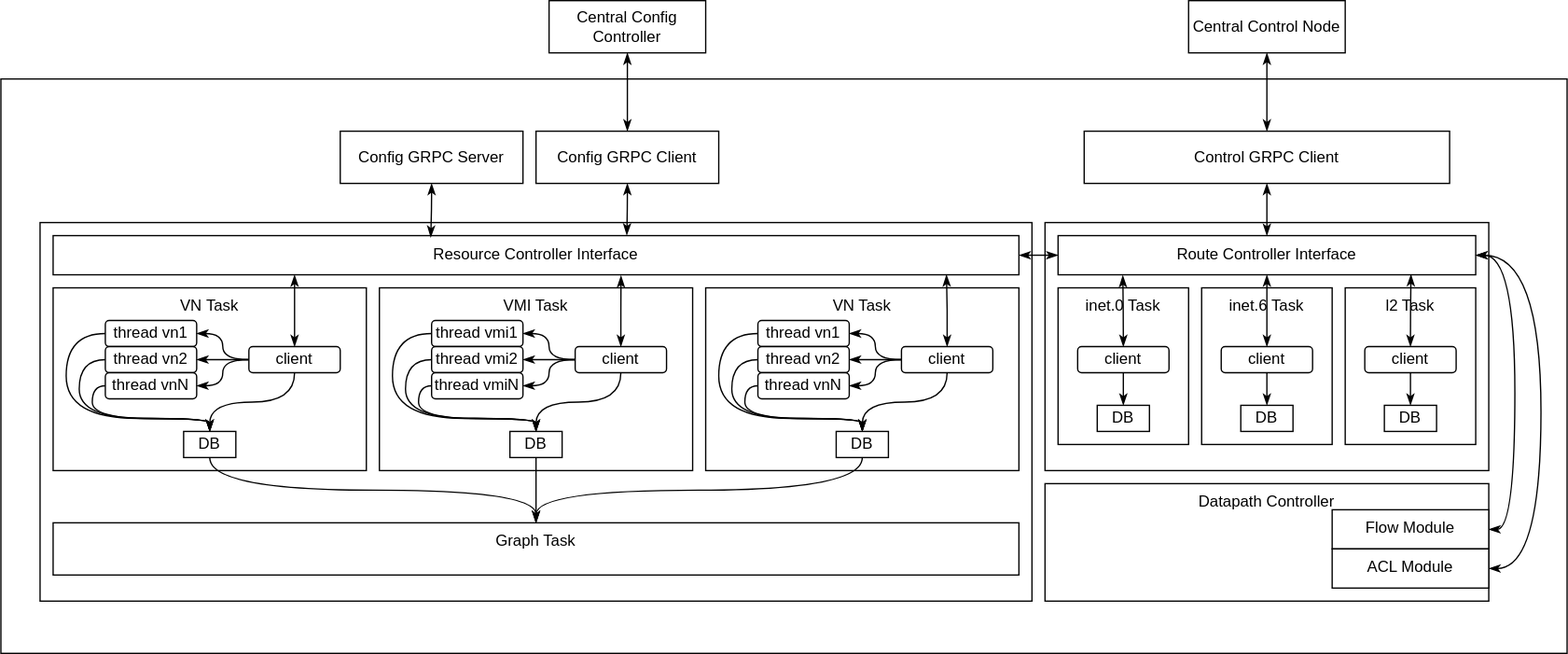
The draw.io diagram Untitled Diagram.drawio.svg in michaelhenkel/agent-ng, before a commit. Source tidied: cells renumbered, new cells last; positions are measured from the earlier drawing's top-left corner, leaving out a move shared by most shapes.
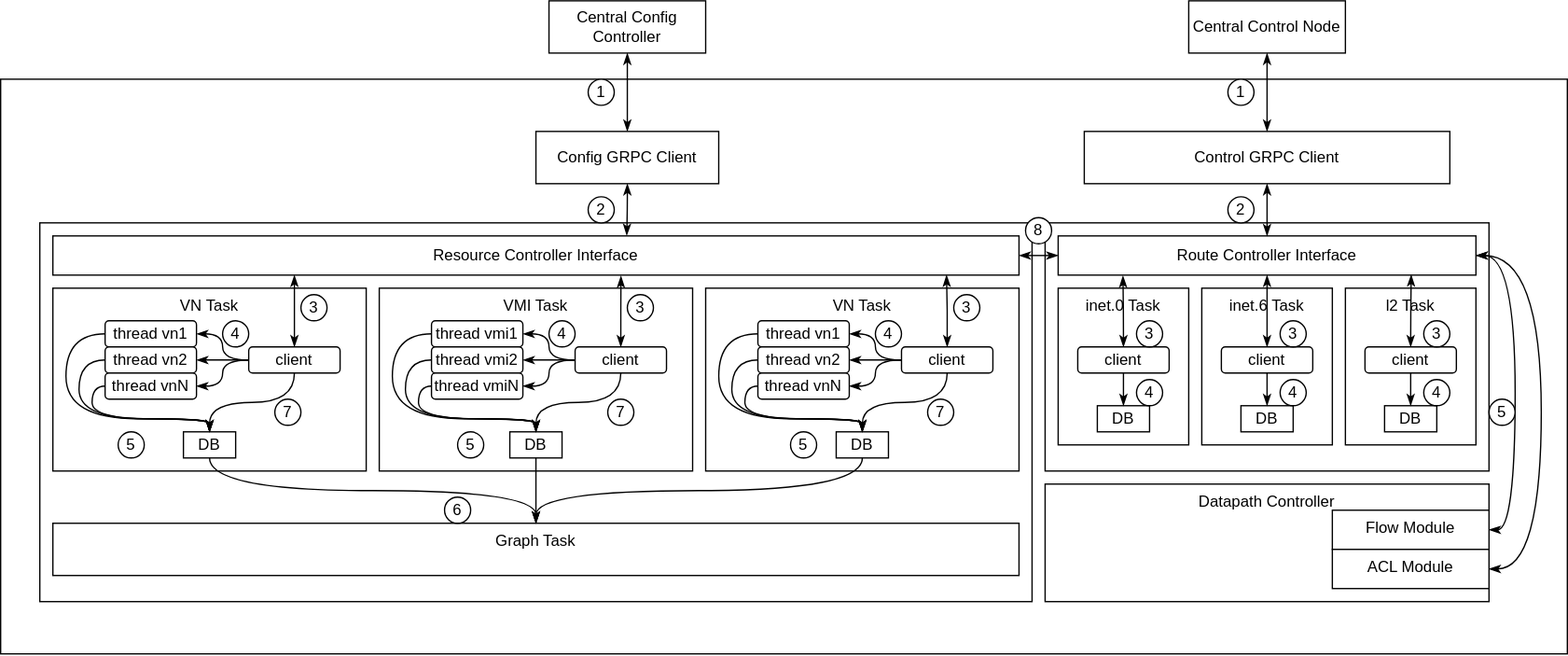
The same diagram one commit later.

Change to the diagram source:
```diff
@@ -278,12 +278,6 @@
     <mxCell id="75" value="Control GRPC Client" style="rounded=0;whiteSpace=wrap;html=1;" parent="1" vertex="1">
       <mxGeometry x="830" y="100" width="280" height="40" as="geometry" />
     </mxCell>
-    <mxCell id="76" style="edgeStyle=orthogonalEdgeStyle;curved=1;rounded=0;jettySize=auto;html=1;entryX=0.391;entryY=0.044;entryDx=0;entryDy=0;entryPerimeter=0;startArrow=classicThin;startFill=1;endArrow=classicThin;endFill=1;" parent="1" edge="1" source="77" target="70">
-      <mxGeometry relative="1" as="geometry" />
-    </mxCell>
-    <mxCell id="77" value="Config GRPC Server" style="rounded=0;whiteSpace=wrap;html=1;" parent="1" vertex="1">
-      <mxGeometry x="260" y="100" width="140" height="40" as="geometry" />
-    </mxCell>
     <mxCell id="78" style="edgeStyle=orthogonalEdgeStyle;curved=1;rounded=0;jettySize=auto;html=1;startArrow=classicThin;startFill=1;endArrow=classicThin;endFill=1;" parent="1" edge="1" source="79" target="75">
       <mxGeometry relative="1" as="geometry" />
     </mxCell>
@@ -312,5 +306,80 @@
     <mxCell id="83" value="ACL Module" style="rounded=0;whiteSpace=wrap;html=1;verticalAlign=top;" parent="1" vertex="1">
       <mxGeometry x="1020" y="420" width="120" height="30" as="geometry" />
     </mxCell>
+    <mxCell id="84" value="1" style="ellipse;whiteSpace=wrap;html=1;" parent="1" vertex="1">
+      <mxGeometry x="450" y="60" width="20" height="20" as="geometry" />
+    </mxCell>
+    <mxCell id="85" value="2" style="ellipse;whiteSpace=wrap;html=1;" parent="1" vertex="1">
+      <mxGeometry x="450" y="150" width="20" height="20" as="geometry" />
+    </mxCell>
+    <mxCell id="86" value="3" style="ellipse;whiteSpace=wrap;html=1;" parent="1" vertex="1">
+      <mxGeometry x="230" y="225" width="20" height="20" as="geometry" />
+    </mxCell>
+    <mxCell id="87" value="3" style="ellipse;whiteSpace=wrap;html=1;" parent="1" vertex="1">
+      <mxGeometry x="480" y="225" width="20" height="20" as="geometry" />
+    </mxCell>
+    <mxCell id="88" value="3" style="ellipse;whiteSpace=wrap;html=1;" parent="1" vertex="1">
+      <mxGeometry x="730" y="225" width="20" height="20" as="geometry" />
+    </mxCell>
+    <mxCell id="89" value="4" style="ellipse;whiteSpace=wrap;html=1;" parent="1" vertex="1">
+      <mxGeometry x="170" y="245" width="20" height="20" as="geometry" />
+    </mxCell>
+    <mxCell id="90" value="4" style="ellipse;whiteSpace=wrap;html=1;" parent="1" vertex="1">
+      <mxGeometry x="420" y="245" width="20" height="20" as="geometry" />
+    </mxCell>
+    <mxCell id="91" value="4" style="ellipse;whiteSpace=wrap;html=1;" parent="1" vertex="1">
+      <mxGeometry x="670" y="245" width="20" height="20" as="geometry" />
+    </mxCell>
+    <mxCell id="92" value="5" style="ellipse;whiteSpace=wrap;html=1;" parent="1" vertex="1">
+      <mxGeometry x="90" y="330" width="20" height="20" as="geometry" />
+    </mxCell>
+    <mxCell id="93" value="5" style="ellipse;whiteSpace=wrap;html=1;" parent="1" vertex="1">
+      <mxGeometry x="350" y="330" width="20" height="20" as="geometry" />
+    </mxCell>
+    <mxCell id="94" value="5" style="ellipse;whiteSpace=wrap;html=1;" parent="1" vertex="1">
+      <mxGeometry x="605" y="330" width="20" height="20" as="geometry" />
+    </mxCell>
+    <mxCell id="95" value="6" style="ellipse;whiteSpace=wrap;html=1;" parent="1" vertex="1">
+      <mxGeometry x="340" y="380" width="20" height="20" as="geometry" />
+    </mxCell>
+    <mxCell id="96" value="7" style="ellipse;whiteSpace=wrap;html=1;" parent="1" vertex="1">
+      <mxGeometry x="210" y="305" width="20" height="20" as="geometry" />
+    </mxCell>
+    <mxCell id="97" value="7" style="ellipse;whiteSpace=wrap;html=1;" parent="1" vertex="1">
+      <mxGeometry x="465" y="305" width="20" height="20" as="geometry" />
+    </mxCell>
+    <mxCell id="98" value="7" style="ellipse;whiteSpace=wrap;html=1;" parent="1" vertex="1">
+      <mxGeometry x="710" y="305" width="20" height="20" as="geometry" />
+    </mxCell>
+    <mxCell id="99" value="8" style="ellipse;whiteSpace=wrap;html=1;" parent="1" vertex="1">
+      <mxGeometry x="785" y="166" width="20" height="20" as="geometry" />
+    </mxCell>
+    <mxCell id="100" value="1" style="ellipse;whiteSpace=wrap;html=1;" parent="1" vertex="1">
+      <mxGeometry x="940" y="60" width="20" height="20" as="geometry" />
+    </mxCell>
+    <mxCell id="101" value="2" style="ellipse;whiteSpace=wrap;html=1;" parent="1" vertex="1">
+      <mxGeometry x="940" y="150" width="20" height="20" as="geometry" />
+    </mxCell>
+    <mxCell id="102" value="3" style="ellipse;whiteSpace=wrap;html=1;" parent="1" vertex="1">
+      <mxGeometry x="870" y="245" width="20" height="20" as="geometry" />
+    </mxCell>
+    <mxCell id="103" value="3" style="ellipse;whiteSpace=wrap;html=1;" parent="1" vertex="1">
+      <mxGeometry x="980" y="245" width="20" height="20" as="geometry" />
+    </mxCell>
+    <mxCell id="104" value="3" style="ellipse;whiteSpace=wrap;html=1;" parent="1" vertex="1">
+      <mxGeometry x="1090" y="245" width="20" height="20" as="geometry" />
+    </mxCell>
+    <mxCell id="105" value="4" style="ellipse;whiteSpace=wrap;html=1;" parent="1" vertex="1">
+      <mxGeometry x="1090" y="290" width="20" height="20" as="geometry" />
+    </mxCell>
+    <mxCell id="106" value="4" style="ellipse;whiteSpace=wrap;html=1;" parent="1" vertex="1">
+      <mxGeometry x="980" y="290" width="20" height="20" as="geometry" />
+    </mxCell>
+    <mxCell id="107" value="4" style="ellipse;whiteSpace=wrap;html=1;" parent="1" vertex="1">
+      <mxGeometry x="870" y="290" width="20" height="20" as="geometry" />
+    </mxCell>
+    <mxCell id="108" value="5" style="ellipse;whiteSpace=wrap;html=1;" parent="1" vertex="1">
+      <mxGeometry x="1140" y="305" width="20" height="20" as="geometry" />
+    </mxCell>
   </root>
 </mxGraphModel>
```
